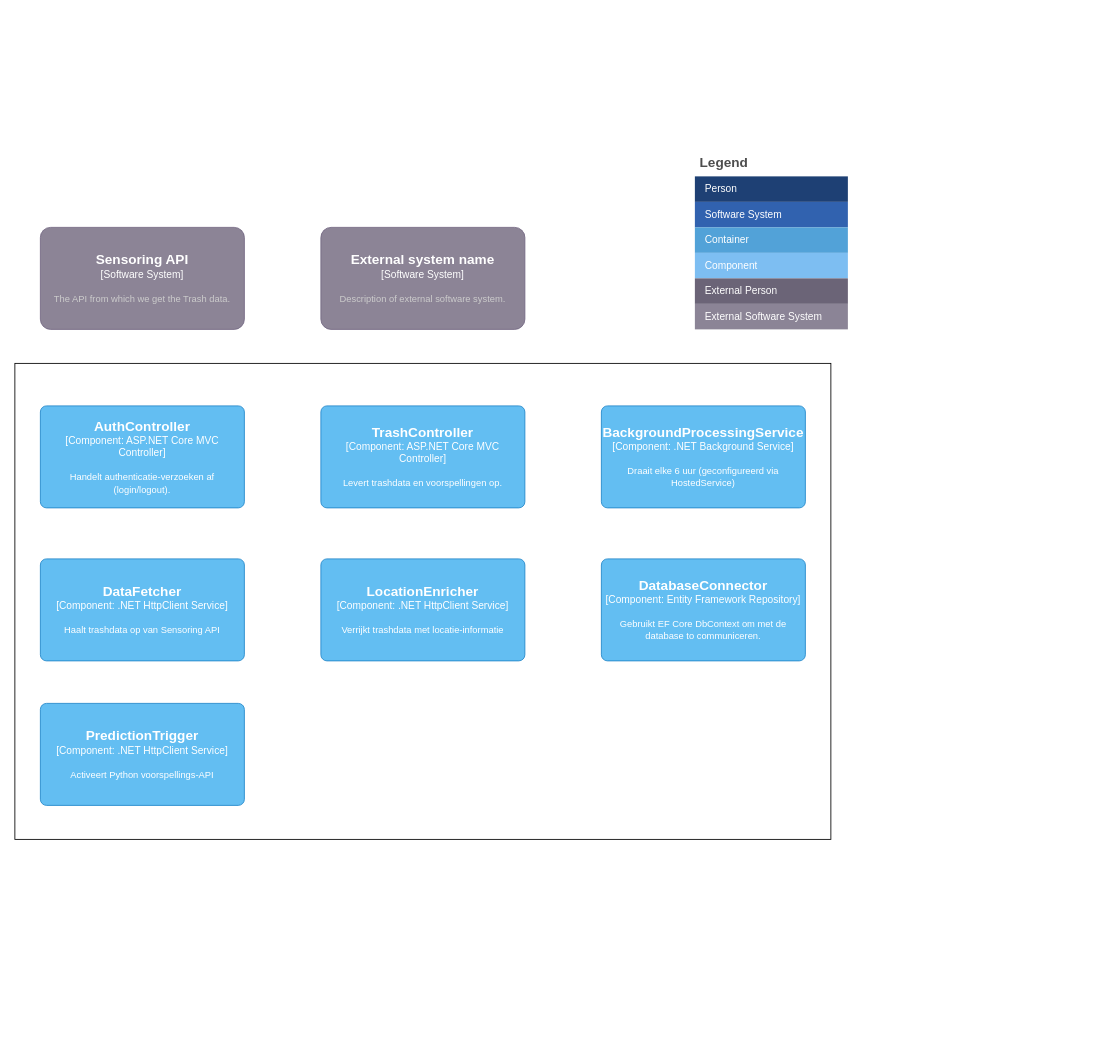
Before: documentation/C4/mainApiLayer3.drawio in ChrisHorler/ICT1_4_ZwerfAfval, a draw.io diagram. Source tidied: cells renumbered, new cells numbered last; positions are measured from the earlier drawing's top-left corner, leaving out a move shared by most shapes. Both pictures are drawn from the tidied source at 85%, with x=0, y=0 at pixel (14, 150).
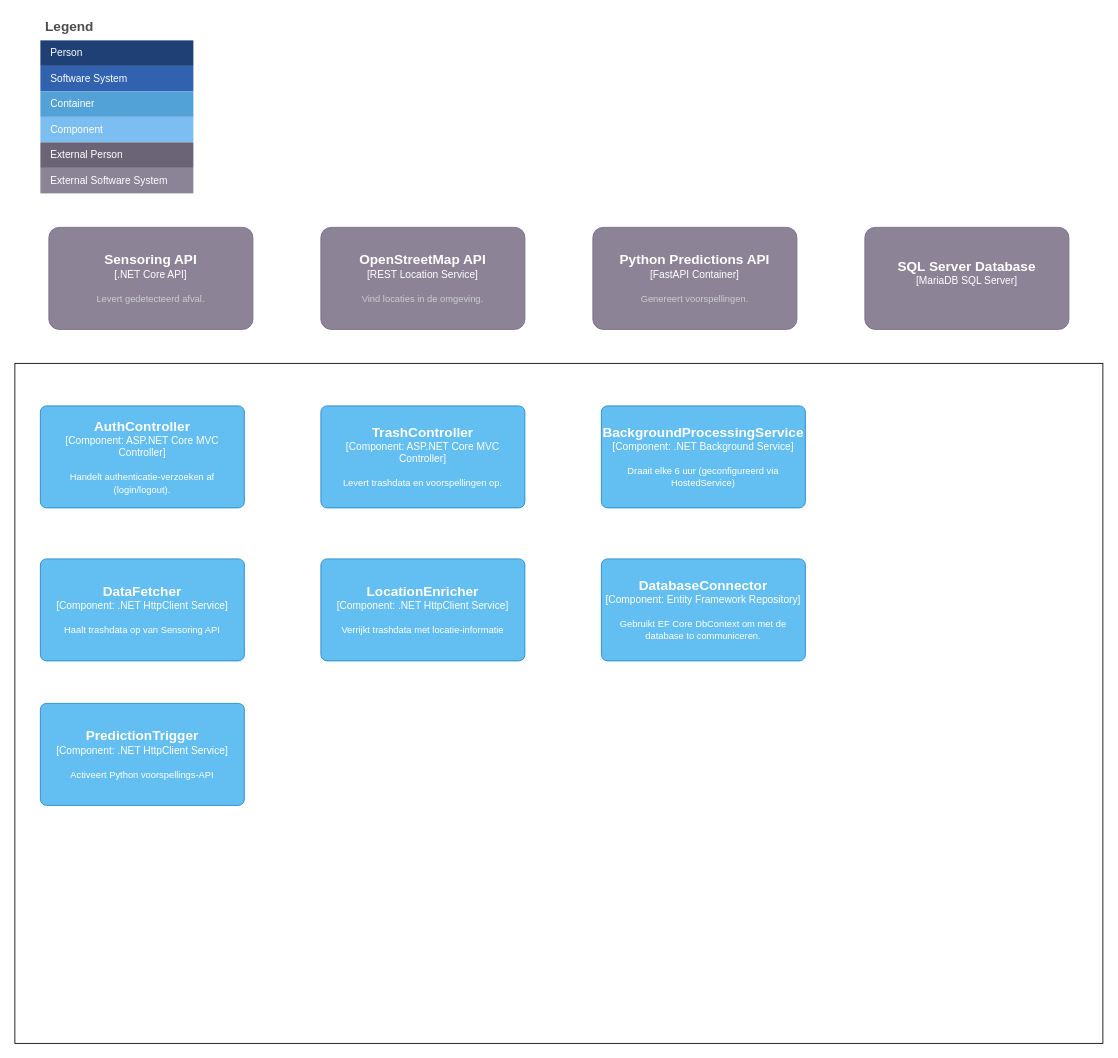
The same page after the edit.

Commit message (it also covers changes not shown here):
created all components nu nog connecten

Change to the diagram source:
```diff
@@
     <mxCell id="2" style="rounded=0;whiteSpace=wrap;html=1;" parent="1" vertex="1">
-      <mxGeometry y="250" width="960" height="560" as="geometry" />
+      <mxGeometry y="250" width="1280" height="800" as="geometry" />
     </mxCell>
-    <object id="3" label="&lt;font style=&quot;font-size: 16px&quot;&gt;&lt;b&gt;%c4Name%&lt;/b&gt;&lt;/font&gt;&lt;div&gt;[%c4Type%]&lt;/div&gt;&lt;br&gt;&lt;div&gt;&lt;font style=&quot;font-size: 11px&quot;&gt;&lt;font color=&quot;#cccccc&quot;&gt;%c4Description%&lt;/font&gt;&lt;/div&gt;" c4Description="Description of external software system." c4Name="External system name" c4Type="Software System" placeholders="1">
+    <object id="3" label="&lt;font style=&quot;font-size: 16px&quot;&gt;&lt;b&gt;%c4Name%&lt;/b&gt;&lt;/font&gt;&lt;div&gt;[%c4Type%]&lt;/div&gt;&lt;br&gt;&lt;div&gt;&lt;font style=&quot;font-size: 11px&quot;&gt;&lt;font color=&quot;#cccccc&quot;&gt;%c4Description%&lt;/font&gt;&lt;/div&gt;" c4Description="Vind locaties in de omgeving." c4Name="OpenStreetMap API" c4Type="REST Location Service" placeholders="1">
       <mxCell style="rounded=1;whiteSpace=wrap;html=1;labelBackgroundColor=none;fillColor=#8C8496;fontColor=#ffffff;align=center;arcSize=10;strokeColor=#736782;" parent="1" vertex="1">
         <mxGeometry x="360" y="90" width="240" height="120" as="geometry" />
       </mxCell>
     </object>
     <mxCell id="4" value="Legend" style="shape=table;startSize=30;childLayout=tableLayout;fontSize=16;align=left;verticalAlign=top;fillColor=none;strokeColor=none;fontColor=#4D4D4D;fontStyle=1;spacingLeft=6;spacing=0;" parent="1" vertex="1">
-      <mxGeometry x="800" width="180" height="210" as="geometry" />
+      <mxGeometry x="30" y="-160" width="180" height="210" as="geometry" />
     </mxCell>
@@
-    <object id="18" label="&lt;font style=&quot;font-size: 16px&quot;&gt;&lt;b&gt;%c4Name%&lt;/b&gt;&lt;/font&gt;&lt;div&gt;[%c4Type%]&lt;/div&gt;&lt;br&gt;&lt;div&gt;&lt;font style=&quot;font-size: 11px&quot;&gt;&lt;font color=&quot;#cccccc&quot;&gt;%c4Description%&lt;/font&gt;&lt;/div&gt;" c4Description="The API from which we get the Trash data." c4Name="Sensoring API" c4Type="Software System" placeholders="1">
+    <object id="18" label="&lt;font style=&quot;font-size: 16px&quot;&gt;&lt;b&gt;%c4Name%&lt;/b&gt;&lt;/font&gt;&lt;div&gt;[%c4Type%]&lt;/div&gt;&lt;br&gt;&lt;div&gt;&lt;font style=&quot;font-size: 11px&quot;&gt;&lt;font color=&quot;#cccccc&quot;&gt;%c4Description%&lt;/font&gt;&lt;/div&gt;" c4Description="Levert gedetecteerd afval." c4Name="Sensoring API" c4Type=".NET Core API" placeholders="1">
       <mxCell style="rounded=1;whiteSpace=wrap;html=1;labelBackgroundColor=none;fillColor=#8C8496;fontColor=#ffffff;align=center;arcSize=10;strokeColor=#736782;" parent="1" vertex="1">
-        <mxGeometry x="30" y="90" width="240" height="120" as="geometry" />
+        <mxGeometry x="40" y="90" width="240" height="120" as="geometry" />
       </mxCell>
     </object>
@@
+    <object id="25" label="&lt;font style=&quot;font-size: 16px&quot;&gt;&lt;b&gt;%c4Name%&lt;/b&gt;&lt;/font&gt;&lt;div&gt;[%c4Type%]&lt;/div&gt;&lt;br&gt;&lt;div&gt;&lt;font style=&quot;font-size: 11px&quot;&gt;&lt;font color=&quot;#cccccc&quot;&gt;%c4Description%&lt;/font&gt;&lt;/div&gt;" c4Description="" c4Name="SQL Server Database" c4Type="MariaDB SQL Server" placeholders="1">
+      <mxCell style="rounded=1;whiteSpace=wrap;html=1;labelBackgroundColor=none;fillColor=#8C8496;fontColor=#ffffff;align=center;arcSize=10;strokeColor=#736782;" parent="1" vertex="1">
+        <mxGeometry x="1000" y="90" width="240" height="120" as="geometry" />
+      </mxCell>
+    </object>
+    <object id="26" label="&lt;font style=&quot;font-size: 16px&quot;&gt;&lt;b&gt;%c4Name%&lt;/b&gt;&lt;/font&gt;&lt;div&gt;[%c4Type%]&lt;/div&gt;&lt;br&gt;&lt;div&gt;&lt;font style=&quot;font-size: 11px&quot;&gt;&lt;font color=&quot;#cccccc&quot;&gt;%c4Description%&lt;/font&gt;&lt;/div&gt;" c4Description="Genereert voorspellingen." c4Name="Python Predictions API" c4Type="FastAPI Container" placeholders="1">
+      <mxCell style="rounded=1;whiteSpace=wrap;html=1;labelBackgroundColor=none;fillColor=#8C8496;fontColor=#ffffff;align=center;arcSize=10;strokeColor=#736782;" parent="1" vertex="1">
+        <mxGeometry x="680" y="90" width="240" height="120" as="geometry" />
+      </mxCell>
+    </object>
```
